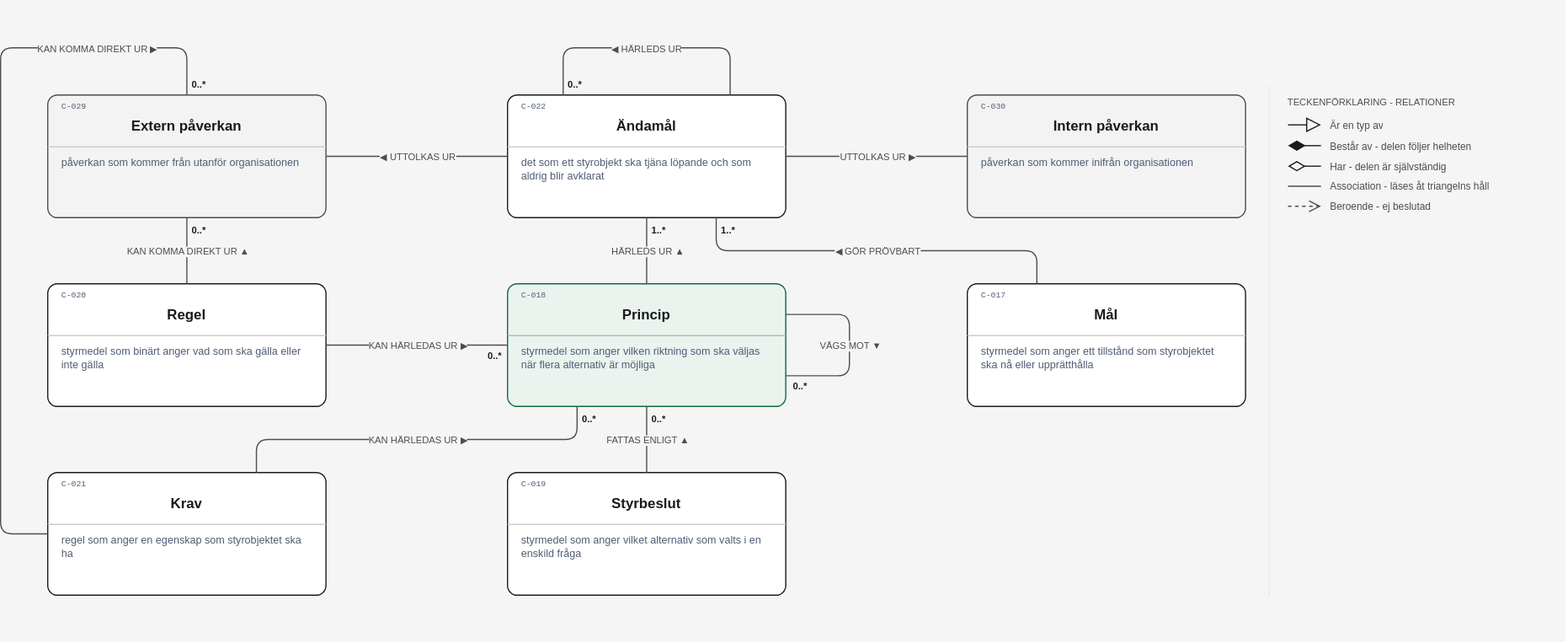
Above: layout/Styrmedlens relationer.drawio.svg in nickdin/gestaltadet-katalog (draw.io), before the change. Source tidied: cells renumbered, new cells last; positions are measured from the earlier drawing's top-left corner, leaving out a move shared by most shapes.
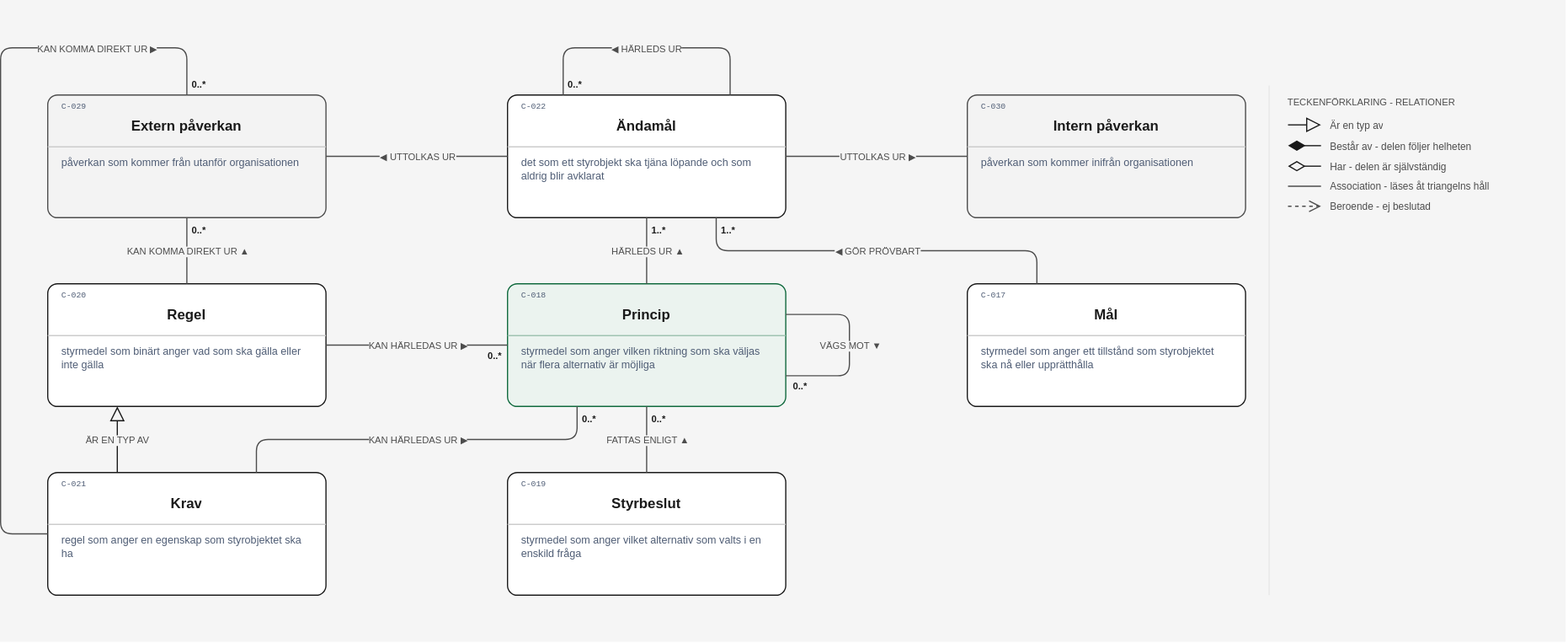
The same file after the commit.

Commit message:
Ritningen Styrmedlens relationer: 0 pilar ändrade, 1 tillagd (Krav (C-021) är en typ av Regel (C-020)), 2 lämnade för värdering (#92, #98)

Stänger #82

Claude-Session: https://claude.ai/code/session_014hgawNBSmezrcKX8vMpay7

Diff of the diagram source:
```diff
@@ -364,5 +364,11 @@
         <mxPoint x="1120" y="174.3" as="targetPoint" />
       </mxGeometry>
     </mxCell>
+    <mxCell id="94" style="edgeStyle=orthogonalEdgeStyle;rounded=1;html=1;strokeColor=#1a1a1a;strokeWidth=1;endArrow=block;endFill=0;endSize=10;jumpStyle=line;exitX=0.25;exitY=0;exitDx=0;exitDy=0;entryX=0.25;entryY=1;entryDx=0;entryDy=0;" parent="1" edge="1" source="40" target="22">
+      <mxGeometry relative="1" as="geometry" />
+    </mxCell>
+    <mxCell id="95" value="ÄR EN TYP AV" style="edgeLabel;html=1;align=center;verticalAlign=middle;fontFamily=Helvetica;fontSize=8;fontColor=#4d4d4d;fontStyle=0;labelBackgroundColor=#f5f5f5;" parent="94" vertex="1">
+      <mxGeometry relative="1" as="geometry" />
+    </mxCell>
   </root>
 </mxGraphModel>
```
